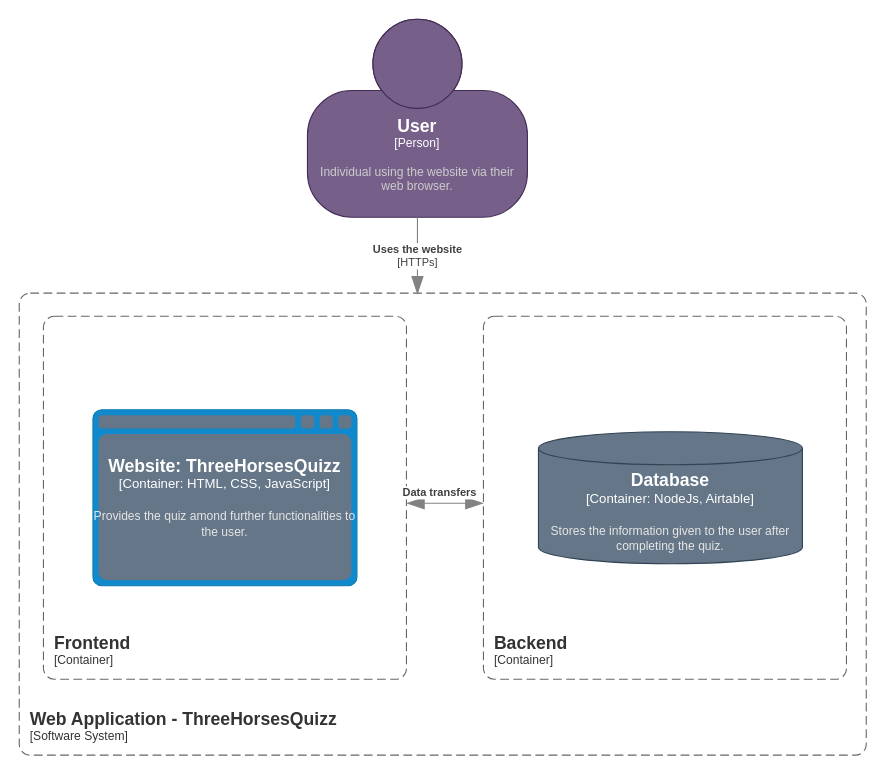
The draw.io diagram Untitled Diagram.drawio in MeretAva/Project-JavaAndWebDev, before the edit. Source tidied: cells renumbered, new cells numbered last; positions are measured from the earlier drawing's top-left corner, leaving out a move shared by most shapes. Both pictures are drawn from the tidied source at 110%, with x=0, y=0 at pixel (19, 19).
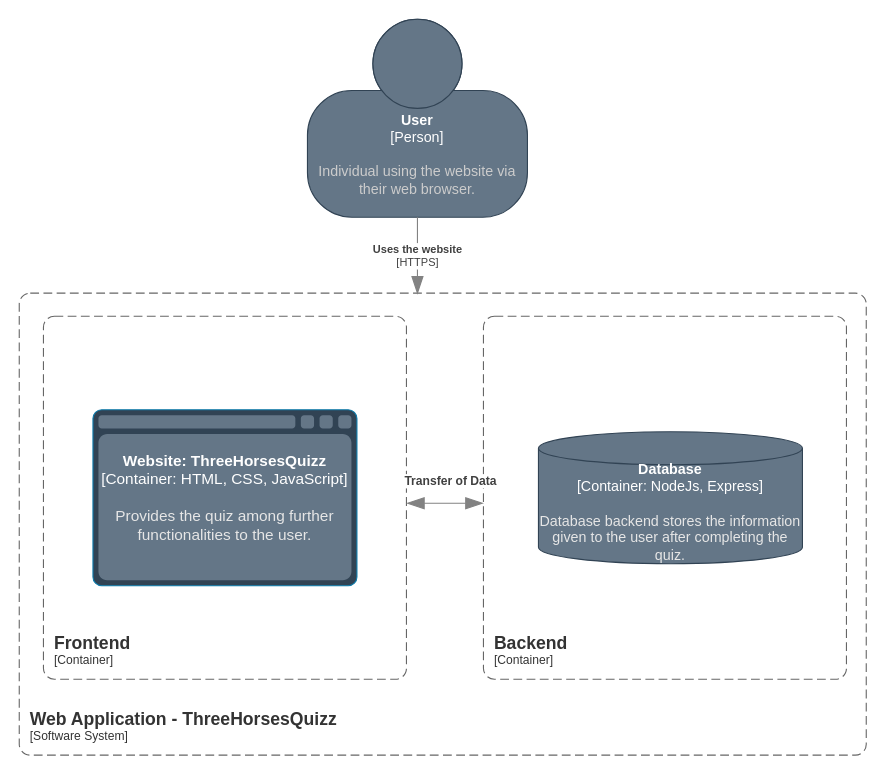
The same diagram, later.

Change to the diagram source:
```diff
@@
 <mxGraphModel>
   <root>
     <mxCell id="0" />
     <mxCell id="1" parent="0" />
-    <object id="2" label="&lt;font style=&quot;font-size: 16px&quot;&gt;&lt;b&gt;%c4Name%&lt;/b&gt;&lt;/font&gt;&lt;div&gt;[%c4Type%]&lt;/div&gt;&lt;br&gt;&lt;div&gt;&lt;font style=&quot;font-size: 11px&quot;&gt;&lt;font color=&quot;#cccccc&quot;&gt;%c4Description%&lt;/font&gt;&lt;/div&gt;" c4Description="Individual using the website via their web browser." c4Name="User" c4Type="Person" placeholders="1">
-      <mxCell style="html=1;fontSize=11;dashed=0;whiteSpace=wrap;shape=mxgraph.c4.person2;align=center;points=[[0.5,0,0],[1,0.5,0],[1,0.75,0],[0.75,1,0],[0.5,1,0],[0.25,1,0],[0,0.75,0],[0,0.5,0]];fillColor=#76608a;strokeColor=#432D57;fontColor=#ffffff;" parent="1" vertex="1">
+    <object id="2" label="&lt;font style=&quot;font-size: 13px;&quot;&gt;&lt;b style=&quot;font-size: 13px;&quot;&gt;%c4Name%&lt;/b&gt;&lt;/font&gt;&lt;div style=&quot;font-size: 13px;&quot;&gt;[%c4Type%]&lt;/div&gt;&lt;br style=&quot;font-size: 13px;&quot;&gt;&lt;div style=&quot;font-size: 13px;&quot;&gt;&lt;font style=&quot;font-size: 13px;&quot;&gt;&lt;font style=&quot;font-size: 13px;&quot; color=&quot;#cccccc&quot;&gt;%c4Description%&lt;/font&gt;&lt;/font&gt;&lt;/div&gt;" c4Description="Individual using the website via their web browser." c4Name="User" c4Type="Person" placeholders="1">
+      <mxCell style="html=1;fontSize=13;dashed=0;whiteSpace=wrap;shape=mxgraph.c4.person2;align=center;points=[[0.5,0,0],[1,0.5,0],[1,0.75,0],[0.75,1,0],[0.5,1,0],[0.25,1,0],[0,0.75,0],[0,0.5,0]];fillColor=#647687;strokeColor=#314354;fontColor=#ffffff;" parent="1" vertex="1">
         <mxGeometry x="262" width="200" height="180" as="geometry" />
       </mxCell>
     </object>
-    <object id="3" label="&lt;font style=&quot;font-size: 16px&quot;&gt;&lt;b&gt;%c4Name%&lt;/b&gt;&lt;/font&gt;&lt;div&gt;[%c4Type%:&amp;nbsp;%c4Technology%]&lt;/div&gt;&lt;br&gt;&lt;div&gt;&lt;font style=&quot;font-size: 11px&quot;&gt;&lt;font color=&quot;#E6E6E6&quot;&gt;%c4Description%&lt;/font&gt;&lt;/div&gt;" c4Description="Stores the information given to the user after completing the quiz." c4Name="Database" c4Technology="NodeJs, Airtable" c4Type="Container" placeholders="1">
-      <mxCell style="shape=cylinder3;size=15;whiteSpace=wrap;html=1;boundedLbl=1;rounded=0;labelBackgroundColor=none;fillColor=#647687;fontSize=12;fontColor=#ffffff;align=center;strokeColor=#314354;" parent="1" vertex="1">
+    <object id="3" label="&lt;font style=&quot;font-size: 13px;&quot;&gt;&lt;b style=&quot;font-size: 13px;&quot;&gt;%c4Name%&lt;/b&gt;&lt;/font&gt;&lt;div style=&quot;font-size: 13px;&quot;&gt;[%c4Type%:&amp;nbsp;%c4Technology%]&lt;/div&gt;&lt;br style=&quot;font-size: 13px;&quot;&gt;&lt;div style=&quot;font-size: 13px;&quot;&gt;&lt;font style=&quot;font-size: 13px;&quot;&gt;&lt;font color=&quot;#E6E6E6&quot; style=&quot;font-size: 13px;&quot;&gt;%c4Description%&lt;/font&gt;&lt;/font&gt;&lt;/div&gt;" c4Description="Database backend stores the information given to the user after completing the quiz." c4Name="Database" c4Technology="NodeJs, Express" c4Type="Container" placeholders="1">
+      <mxCell style="shape=cylinder3;size=15;whiteSpace=wrap;html=1;boundedLbl=1;rounded=0;labelBackgroundColor=none;fillColor=#647687;fontSize=13;fontColor=#ffffff;align=center;strokeColor=#314354;" parent="1" vertex="1">
         <mxGeometry x="472" y="375" width="240" height="120" as="geometry" />
       </mxCell>
     </object>
-    <object id="4" label="&lt;font style=&quot;font-size: 16px&quot;&gt;&lt;b&gt;%c4Name%&lt;/b&gt;&lt;/font&gt;&lt;div&gt;[%c4Type%:&amp;nbsp;%c4Technology%]&lt;/div&gt;&lt;br&gt;&lt;div&gt;&lt;font style=&quot;font-size: 11px&quot;&gt;&lt;font color=&quot;#E6E6E6&quot;&gt;%c4Description%&lt;/font&gt;&lt;/div&gt;" c4Description="Provides the quiz amond further functionalities to the user." c4Name="Website: ThreeHorsesQuizz" c4Technology="HTML, CSS, JavaScript" c4Type="Container" placeholders="1">
-      <mxCell style="shape=mxgraph.c4.webBrowserContainer2;whiteSpace=wrap;html=1;boundedLbl=1;rounded=0;labelBackgroundColor=none;strokeColor=#314354;fillColor=#647687;strokeColor=#118ACD;strokeColor2=#0E7DAD;fontSize=12;fontColor=#ffffff;align=center;" parent="1" vertex="1">
+    <object id="4" label="&lt;font style=&quot;font-size: 14px;&quot;&gt;&lt;b style=&quot;font-size: 14px;&quot;&gt;%c4Name%&lt;/b&gt;&lt;/font&gt;&lt;div style=&quot;font-size: 14px;&quot;&gt;[%c4Type%:&amp;nbsp;%c4Technology%]&lt;/div&gt;&lt;br style=&quot;font-size: 14px;&quot;&gt;&lt;div style=&quot;font-size: 14px;&quot;&gt;&lt;font style=&quot;font-size: 14px;&quot;&gt;&lt;font style=&quot;font-size: 14px;&quot; color=&quot;#E6E6E6&quot;&gt;%c4Description%&lt;/font&gt;&lt;/font&gt;&lt;/div&gt;" c4Description="Provides the quiz among further functionalities to the user." c4Name="Website: ThreeHorsesQuizz" c4Technology="HTML, CSS, JavaScript" c4Type="Container" placeholders="1">
+      <mxCell style="shape=mxgraph.c4.webBrowserContainer2;whiteSpace=wrap;html=1;boundedLbl=1;rounded=0;labelBackgroundColor=none;strokeColor2=#0E7DAD;fontSize=14;align=center;fillColor=#647687;strokeColor=#314354;fontColor=#ffffff;" parent="1" vertex="1">
         <mxGeometry x="67" y="355" width="240" height="160" as="geometry" />
       </mxCell>
     </object>
     <object id="5" label="&lt;font style=&quot;font-size: 16px&quot;&gt;&lt;b&gt;&lt;div style=&quot;text-align: left&quot;&gt;%c4Name%&lt;/div&gt;&lt;/b&gt;&lt;/font&gt;&lt;div style=&quot;text-align: left&quot;&gt;[%c4Application%]&lt;/div&gt;" c4Application="Container" c4Name="Backend" placeholders="1">
       <mxCell style="rounded=1;fontSize=11;whiteSpace=wrap;html=1;dashed=1;arcSize=20;fillColor=none;strokeColor=#666666;fontColor=#333333;labelBackgroundColor=none;align=left;verticalAlign=bottom;labelBorderColor=none;spacingTop=0;spacing=10;dashPattern=8 4;perimeter=rectanglePerimeter;noLabel=0;labelPadding=0;absoluteArcSize=1;" parent="1" vertex="1">
         <mxGeometry x="422" y="270" width="330" height="330" as="geometry" />
       </mxCell>
     </object>
     <object id="6" label="&lt;font style=&quot;font-size: 16px&quot;&gt;&lt;b&gt;&lt;div style=&quot;text-align: left&quot;&gt;%c4Name%&lt;/div&gt;&lt;/b&gt;&lt;/font&gt;&lt;div style=&quot;text-align: left&quot;&gt;[%c4Application%]&lt;/div&gt;" c4Application="Software System" c4Name="Web Application - ThreeHorsesQuizz" placeholders="1">
       <mxCell style="rounded=1;fontSize=11;whiteSpace=wrap;html=1;dashed=1;arcSize=20;fillColor=none;strokeColor=#666666;fontColor=#333333;labelBackgroundColor=none;align=left;verticalAlign=bottom;labelBorderColor=none;spacingTop=0;spacing=10;dashPattern=8 4;perimeter=rectanglePerimeter;noLabel=0;labelPadding=0;absoluteArcSize=1;" parent="1" vertex="1">
         <mxGeometry y="249" width="770" height="420" as="geometry" />
       </mxCell>
     </object>
     <object id="7" label="&lt;font style=&quot;font-size: 16px&quot;&gt;&lt;b&gt;&lt;div style=&quot;text-align: left&quot;&gt;%c4Name%&lt;/div&gt;&lt;/b&gt;&lt;/font&gt;&lt;div style=&quot;text-align: left&quot;&gt;[%c4Application%]&lt;/div&gt;" c4Application="Container" c4Name="Frontend" placeholders="1">
       <mxCell style="rounded=1;fontSize=11;whiteSpace=wrap;html=1;dashed=1;arcSize=20;fillColor=none;strokeColor=#666666;fontColor=#333333;labelBackgroundColor=none;align=left;verticalAlign=bottom;labelBorderColor=none;spacingTop=0;spacing=10;dashPattern=8 4;perimeter=rectanglePerimeter;noLabel=0;labelPadding=0;absoluteArcSize=1;" parent="1" vertex="1">
         <mxGeometry x="22" y="270" width="330" height="330" as="geometry" />
       </mxCell>
     </object>
-    <object id="8" label="&lt;div style=&quot;text-align: left&quot;&gt;&lt;div style=&quot;text-align: center&quot;&gt;&lt;b&gt;%c4Description%&lt;/b&gt;&lt;/div&gt;&lt;div style=&quot;text-align: center&quot;&gt;[%c4Technology%]&lt;/div&gt;&lt;/div&gt;" c4Description="Uses the website" c4Technology="HTTPs" placeholders="1">
+    <object id="8" label="&lt;div style=&quot;text-align: left&quot;&gt;&lt;div style=&quot;text-align: center&quot;&gt;&lt;b&gt;%c4Description%&lt;/b&gt;&lt;/div&gt;&lt;div style=&quot;text-align: center&quot;&gt;[%c4Technology%]&lt;/div&gt;&lt;/div&gt;" c4Description="Uses the website" c4Technology="HTTPS" placeholders="1">
       <mxCell style="endArrow=blockThin;html=1;fontSize=10;fontColor=#404040;strokeWidth=1;endFill=1;strokeColor=#828282;elbow=vertical;endSize=14;startSize=14;jumpStyle=arc;jumpSize=16;rounded=0;edgeStyle=orthogonalEdgeStyle;exitX=0.5;exitY=1;exitDx=0;exitDy=0;exitPerimeter=0;" parent="1" edge="1" source="2">
         <mxGeometry relative="1" as="geometry">
           <mxPoint x="362" y="250" as="targetPoint" />
         </mxGeometry>
       </mxCell>
     </object>
-    <object id="9" label="&lt;div style=&quot;text-align: left&quot;&gt;&lt;div style=&quot;text-align: center&quot;&gt;&lt;b&gt;%c4Description%&lt;/b&gt;&lt;/div&gt;" c4Description="Data transfers" placeholders="1">
-      <mxCell style="endArrow=blockThin;html=1;fontSize=10;fontColor=#404040;strokeWidth=1;endFill=1;strokeColor=#828282;elbow=vertical;endSize=14;startSize=14;jumpStyle=arc;jumpSize=16;rounded=0;edgeStyle=orthogonalEdgeStyle;startArrow=blockThin;startFill=1;" parent="1" edge="1">
-        <mxGeometry x="-0.14" y="10" relative="1" as="geometry">
+    <object id="9" label="&lt;div style=&quot;text-align: left; font-size: 11px;&quot;&gt;&lt;div style=&quot;text-align: center; font-size: 11px;&quot;&gt;&lt;b style=&quot;font-size: 11px;&quot;&gt;%c4Description%&lt;/b&gt;&lt;/div&gt;&lt;/div&gt;" c4Description="Transfer of Data" placeholders="1">
+      <mxCell style="endArrow=blockThin;html=1;fontSize=11;fontColor=#404040;strokeWidth=1;endFill=1;strokeColor=#828282;elbow=vertical;endSize=14;startSize=14;jumpStyle=arc;jumpSize=16;rounded=0;edgeStyle=orthogonalEdgeStyle;startArrow=blockThin;startFill=1;" parent="1" edge="1">
+        <mxGeometry x="0.14" y="20" relative="1" as="geometry">
           <mxPoint x="352" y="440" as="sourcePoint" />
           <mxPoint x="422" y="440" as="targetPoint" />
         </mxGeometry>
       </mxCell>
     </object>
   </root>
 </mxGraphModel>
```
